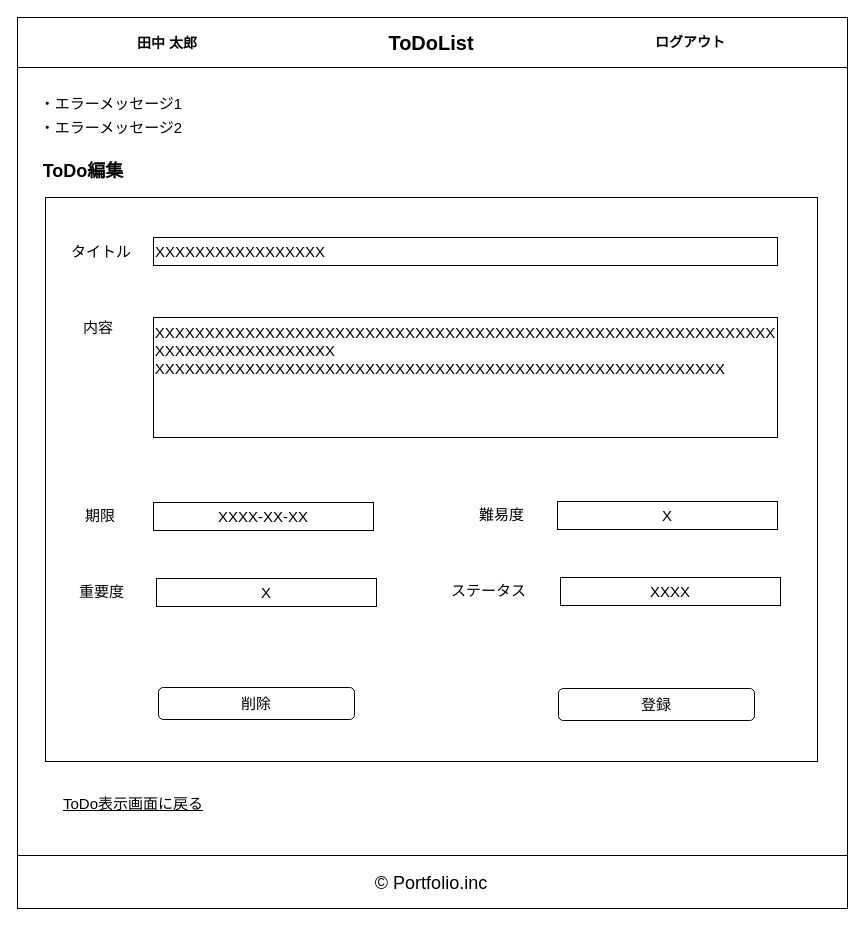
The draw.io diagram portfolio03/01/layout/todo_edit/portfolio03_01_todo_edit.drawio in RRRYOOO/portfolio, before the edit. Source tidied: cells renumbered, new cells numbered last; positions are measured from the earlier drawing's top-left corner, leaving out a move shared by most shapes. Both pictures are drawn from the tidied source at 100%, with x=0, y=0 at pixel (17, 17).
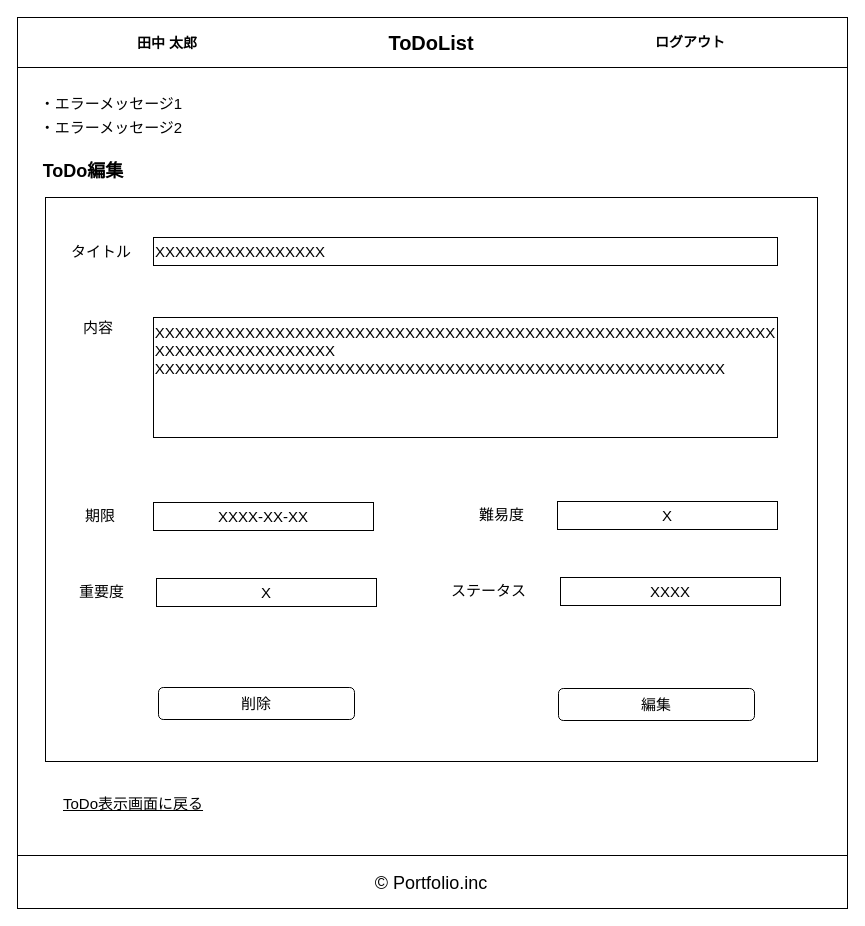
After the change.

The change refers to these unchanged cells:
```xml
<mxCell id="2" style="group;" parent="1" vertex="1">
  <mxGeometry width="830" height="880" as="geometry" />
</mxCell>
```

What changed in the source:
```diff
@@
-    <mxCell id="18" value="登録" style="rounded=1;whiteSpace=wrap;html=1;fontSize=15;align=center;" parent="2" vertex="1">
+    <mxCell id="18" value="編集" style="rounded=1;whiteSpace=wrap;html=1;fontSize=15;align=center;" parent="2" vertex="1">
       <mxGeometry x="541" y="671" width="196" height="32" as="geometry" />
     </mxCell>
```
